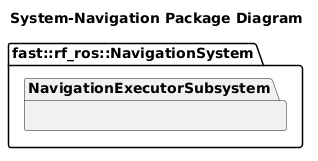
Above: Systems/Safety/doc/puml/SystemSafetyPackageDiagram.png in fastrobotics/robot_framework_ros (PlantUML), before the change. The source it was exported from:
```plantuml
@startuml
title System-Navigation Package Diagram
namespace fast::rf_ros::NavigationSystem {
    namespace NavigationExecutorSubsystem {

    }
}
@enduml
```
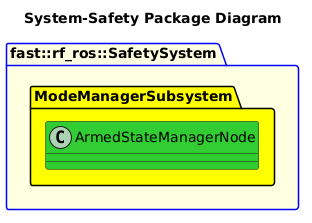
Above is the later version.

The edit, as a diff of the source:
```diff
@@ -1,8 +1,9 @@
 @startuml
-title System-Navigation Package Diagram
-namespace fast::rf_ros::NavigationSystem {
-    namespace NavigationExecutorSubsystem {
-
+title System-Safety Package Diagram
+package fast::rf_ros::SafetySystem #LightYellow;line:blue {
+    namespace ModeManagerSubsystem #Yellow {
+        class ArmedStateManagerNode #LimeGreen {
+        }
     }
 }
 @enduml
```
